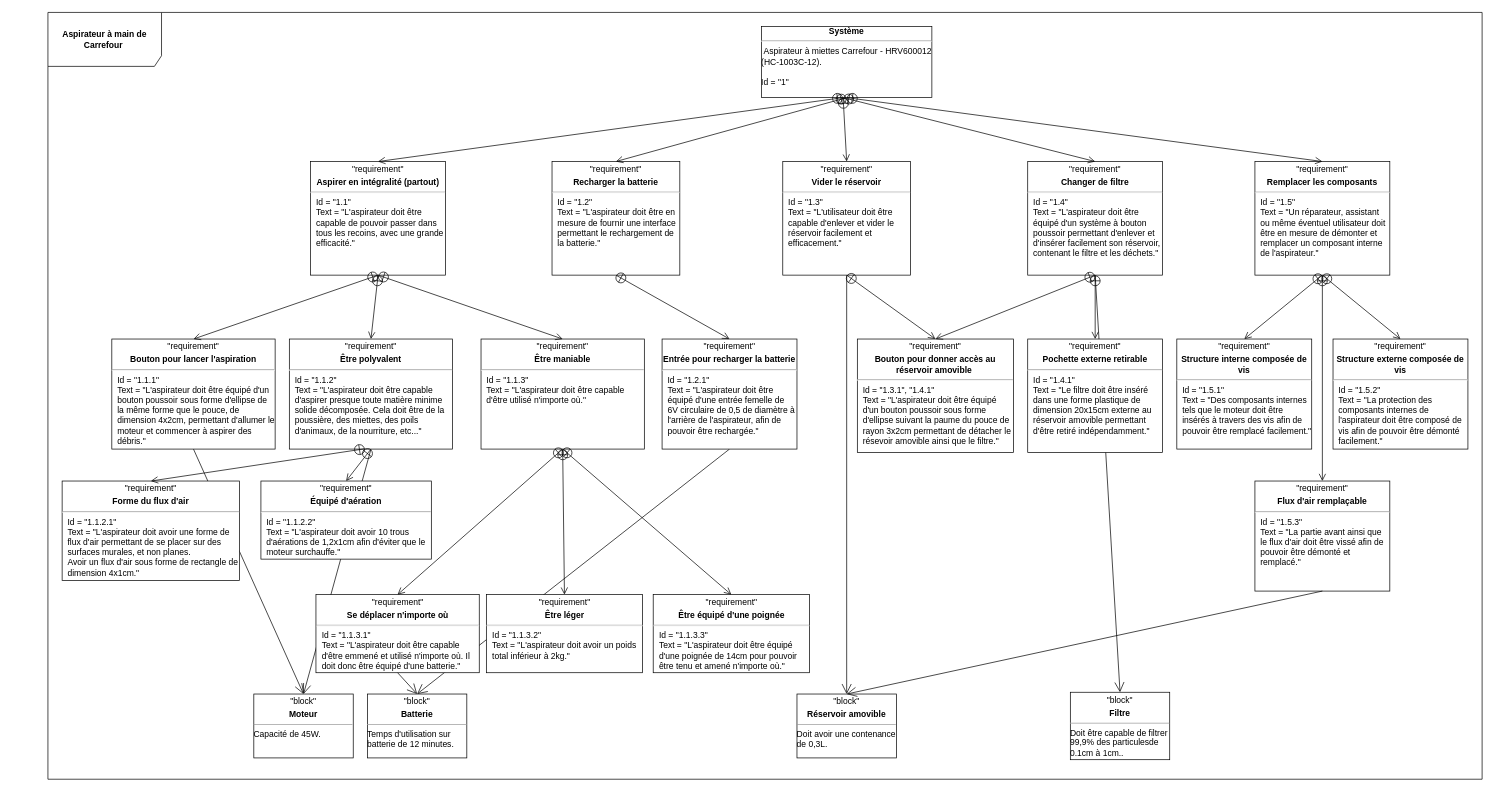
The draw.io diagram aspirateur_de_carrefour.drawio in vertueux/discord, before the edit. Source tidied: cells renumbered, new cells numbered last; positions are measured from the earlier drawing's top-left corner, leaving out a move shared by most shapes. Both pictures are drawn from the tidied source at 71%, with x=0, y=0 at pixel (48, 12).
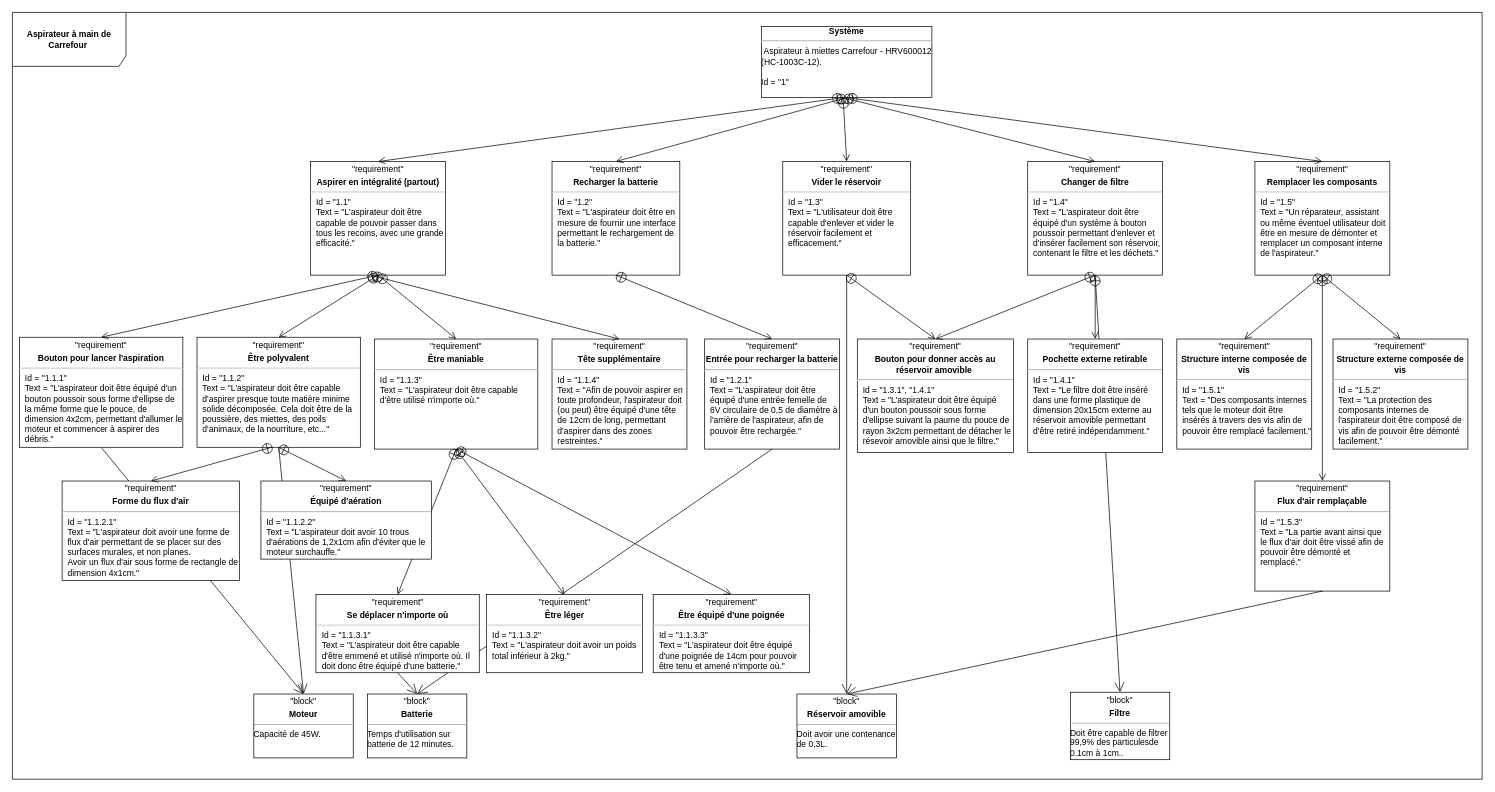
The same diagram, later.

Commit message:
Added a new requirement inside aspirateur_de_carrefour.drawio.

The change refers to these unchanged cells:
```xml
<mxCell id="7" value="&lt;p style=&quot;text-align: center; margin: 4px 0px 0px;&quot;&gt;&quot;requirement&quot;&lt;b&gt;&lt;br&gt;&lt;/b&gt;&lt;/p&gt;&lt;p style=&quot;text-align: center; margin: 4px 0px 0px;&quot;&gt;&lt;b&gt;Aspirer en intégralité (partout)&lt;/b&gt;&lt;/p&gt;&lt;hr&gt;&lt;p style=&quot;margin:0px;margin-left:8px;&quot;&gt;Id = &quot;1.1&quot;&lt;/p&gt;&lt;p style=&quot;margin:0px;margin-left:8px;&quot;&gt;Text = &quot;L'aspirateur doit être capable de pouvoir passer dans tous les recoins, avec une grande efficacité.&quot;&lt;/p&gt;" style="verticalAlign=top;align=left;overflow=fill;fontSize=12;fontFamily=Helvetica;html=1;whiteSpace=wrap;" parent="1" vertex="1">
  <mxGeometry x="370" y="210" width="190" height="160" as="geometry" />
</mxCell>
```

The edit, as a diff of the source:
```diff
@@
     <mxCell id="5" value="&lt;b&gt;Aspirateur à main de Carrefour&amp;nbsp;&lt;/b&gt;" style="shape=umlFrame;whiteSpace=wrap;html=1;width=160;height=76;" parent="1" vertex="1">
-      <mxGeometry width="2020" height="1080" as="geometry" />
+      <mxGeometry x="-50" width="2070" height="1080" as="geometry" />
     </mxCell>
@@
     <mxCell id="8" value="&lt;p style=&quot;text-align: center; margin: 4px 0px 0px;&quot;&gt;&quot;requirement&quot;&lt;b&gt;&lt;br&gt;&lt;/b&gt;&lt;/p&gt;&lt;p style=&quot;text-align: center; margin: 4px 0px 0px;&quot;&gt;&lt;b&gt;Être maniable&lt;/b&gt;&lt;br&gt;&lt;/p&gt;&lt;hr&gt;&lt;p style=&quot;margin:0px;margin-left:8px;&quot;&gt;Id = &quot;1.1.3&quot;&lt;/p&gt;&lt;p style=&quot;margin:0px;margin-left:8px;&quot;&gt;Text = &quot;L'aspirateur doit être capable d'être utilisé n'importe où.&quot;&lt;/p&gt;" style="verticalAlign=top;align=left;overflow=fill;fontSize=12;fontFamily=Helvetica;html=1;whiteSpace=wrap;" parent="1" vertex="1">
-      <mxGeometry x="610" y="460" width="230" height="155" as="geometry" />
+      <mxGeometry x="460" y="460" width="230" height="155" as="geometry" />
     </mxCell>
@@
     <mxCell id="11" value="&lt;p style=&quot;text-align: center; margin: 4px 0px 0px;&quot;&gt;&quot;requirement&quot;&lt;b&gt;&lt;br&gt;&lt;/b&gt;&lt;/p&gt;&lt;p style=&quot;text-align: center; margin: 4px 0px 0px;&quot;&gt;&lt;b&gt;Être polyvalent&lt;/b&gt;&lt;br&gt;&lt;/p&gt;&lt;hr&gt;&lt;p style=&quot;margin:0px;margin-left:8px;&quot;&gt;Id = &quot;1.1.2&quot;&lt;/p&gt;&lt;p style=&quot;margin:0px;margin-left:8px;&quot;&gt;Text = &quot;L'aspirateur doit être capable d'aspirer presque toute matière minime solide décomposée. Cela doit être de la poussière, des miettes, des poils d'animaux, de la nourriture, etc...&quot;&lt;/p&gt;" style="verticalAlign=top;align=left;overflow=fill;fontSize=12;fontFamily=Helvetica;html=1;whiteSpace=wrap;" parent="1" vertex="1">
-      <mxGeometry x="340" y="460" width="230" height="155" as="geometry" />
+      <mxGeometry x="210" y="457.5" width="230" height="155" as="geometry" />
     </mxCell>
@@
     <mxCell id="34" value="&lt;p style=&quot;text-align: center; margin: 4px 0px 0px;&quot;&gt;&quot;requirement&quot;&lt;b&gt;&lt;br&gt;&lt;/b&gt;&lt;/p&gt;&lt;p style=&quot;text-align: center; margin: 4px 0px 0px;&quot;&gt;&lt;b&gt;Entrée pour recharger la batterie&lt;/b&gt;&lt;/p&gt;&lt;hr&gt;&lt;p style=&quot;margin:0px;margin-left:8px;&quot;&gt;Id = &quot;1.2.1&quot;&lt;/p&gt;&lt;p style=&quot;margin:0px;margin-left:8px;&quot;&gt;Text = &quot;L'aspirateur doit être équipé d'une entrée femelle de 6V circulaire de 0,5 de diamètre à l'arrière de l'aspirateur, afin de pouvoir être rechargée.&quot;&lt;/p&gt;" style="verticalAlign=top;align=left;overflow=fill;fontSize=12;fontFamily=Helvetica;html=1;whiteSpace=wrap;" parent="1" vertex="1">
-      <mxGeometry x="865" y="460" width="190" height="155" as="geometry" />
+      <mxGeometry x="925" y="460" width="190" height="155" as="geometry" />
     </mxCell>
@@
     <mxCell id="37" value="&lt;p style=&quot;text-align: center; margin: 4px 0px 0px;&quot;&gt;&quot;requirement&quot;&lt;b&gt;&lt;br&gt;&lt;/b&gt;&lt;/p&gt;&lt;p style=&quot;text-align: center; margin: 4px 0px 0px;&quot;&gt;&lt;b&gt;Bouton pour lancer l'aspiration&lt;/b&gt;&lt;br&gt;&lt;/p&gt;&lt;hr&gt;&lt;p style=&quot;margin:0px;margin-left:8px;&quot;&gt;Id = &quot;1.1.1&quot;&lt;/p&gt;&lt;p style=&quot;margin:0px;margin-left:8px;&quot;&gt;Text = &quot;L'aspirateur doit être équipé d'un bouton poussoir sous forme d'ellipse de la même forme que le pouce, de dimension 4x2cm, permettant d'allumer le moteur et commencer à aspirer des débris.&quot;&lt;/p&gt;" style="verticalAlign=top;align=left;overflow=fill;fontSize=12;fontFamily=Helvetica;html=1;whiteSpace=wrap;" parent="1" vertex="1">
-      <mxGeometry x="90" y="460" width="230" height="155" as="geometry" />
+      <mxGeometry x="-40" y="457.5" width="230" height="155" as="geometry" />
     </mxCell>
@@
+    <mxCell id="54" value="&lt;p style=&quot;text-align: center; margin: 4px 0px 0px;&quot;&gt;&quot;requirement&quot;&lt;b&gt;&lt;br&gt;&lt;/b&gt;&lt;/p&gt;&lt;p style=&quot;text-align: center; margin: 4px 0px 0px;&quot;&gt;&lt;b&gt;Tête supplémentaire&lt;/b&gt;&lt;br&gt;&lt;/p&gt;&lt;hr&gt;&lt;p style=&quot;margin:0px;margin-left:8px;&quot;&gt;Id = &quot;1.1.4&quot;&lt;/p&gt;&lt;p style=&quot;margin:0px;margin-left:8px;&quot;&gt;Text = &quot;Afin de pouvoir aspirer en toute profondeur, l'aspirateur doit (ou peut) être équipé d'une tête de 12cm de long, permettant d'aspirer dans des zones restreintes.&quot;&lt;/p&gt;" style="verticalAlign=top;align=left;overflow=fill;fontSize=12;fontFamily=Helvetica;html=1;whiteSpace=wrap;" parent="1" vertex="1">
+      <mxGeometry x="710" y="460" width="190" height="155" as="geometry" />
+    </mxCell>
+    <mxCell id="55" style="endArrow=open;startArrow=circlePlus;endFill=0;startFill=0;endSize=8;html=1;rounded=0;entryX=0.5;entryY=0;entryDx=0;entryDy=0;exitX=0.454;exitY=1.004;exitDx=0;exitDy=0;exitPerimeter=0;" parent="1" edge="1" source="7" target="54">
+      <mxGeometry relative="1" as="geometry" />
+    </mxCell>
```
